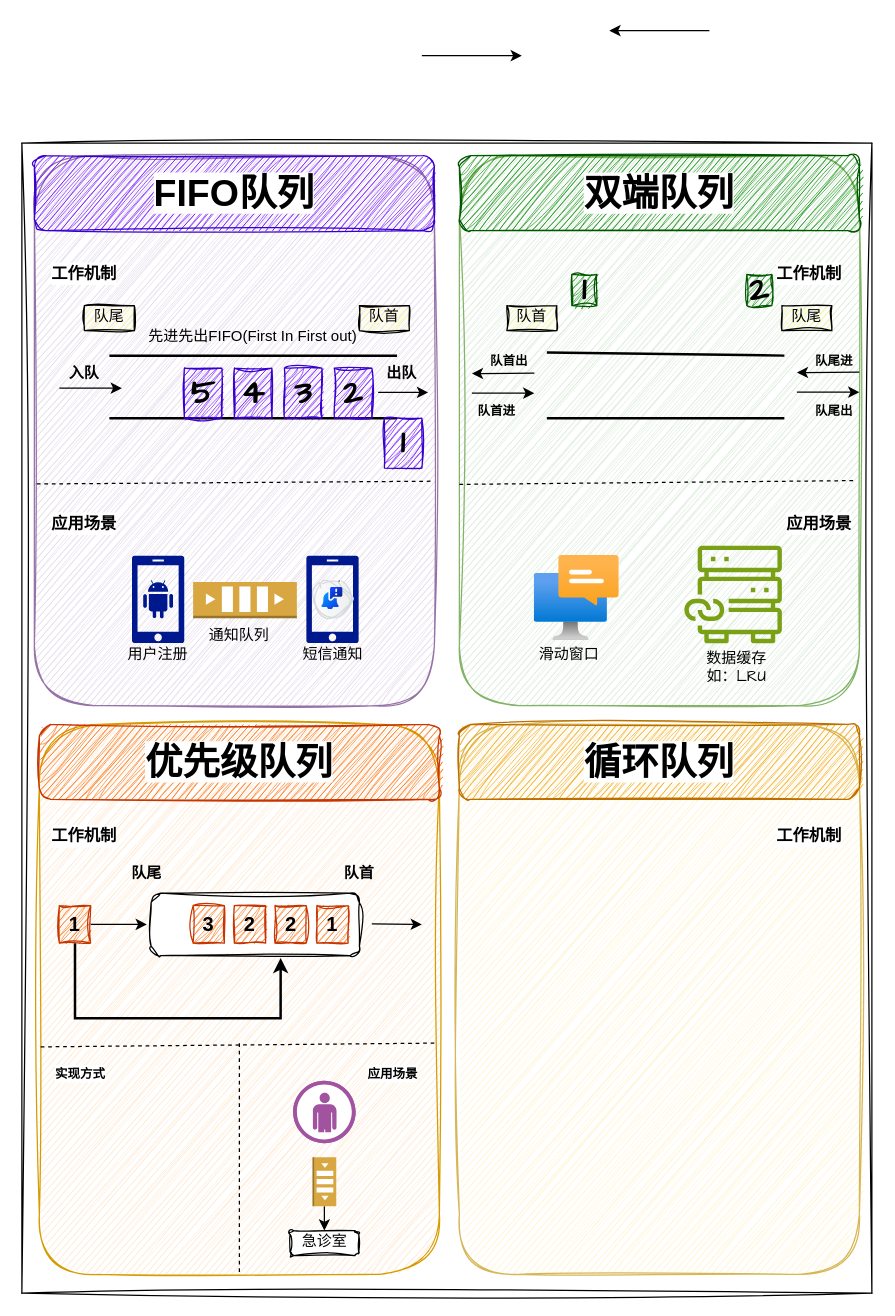
The draw.io diagram image-text/4种常用队列.drawio in Rodert/javapub_oss, before the edit. Source tidied: cells renumbered, new cells numbered last; positions are measured from the earlier drawing's top-left corner, leaving out a move shared by most shapes. Both pictures are drawn from the tidied source at 125%, with x=0, y=0 at pixel (21, 30). Pictures stored in the file or linked from it are replaced by grey dashed boxes.
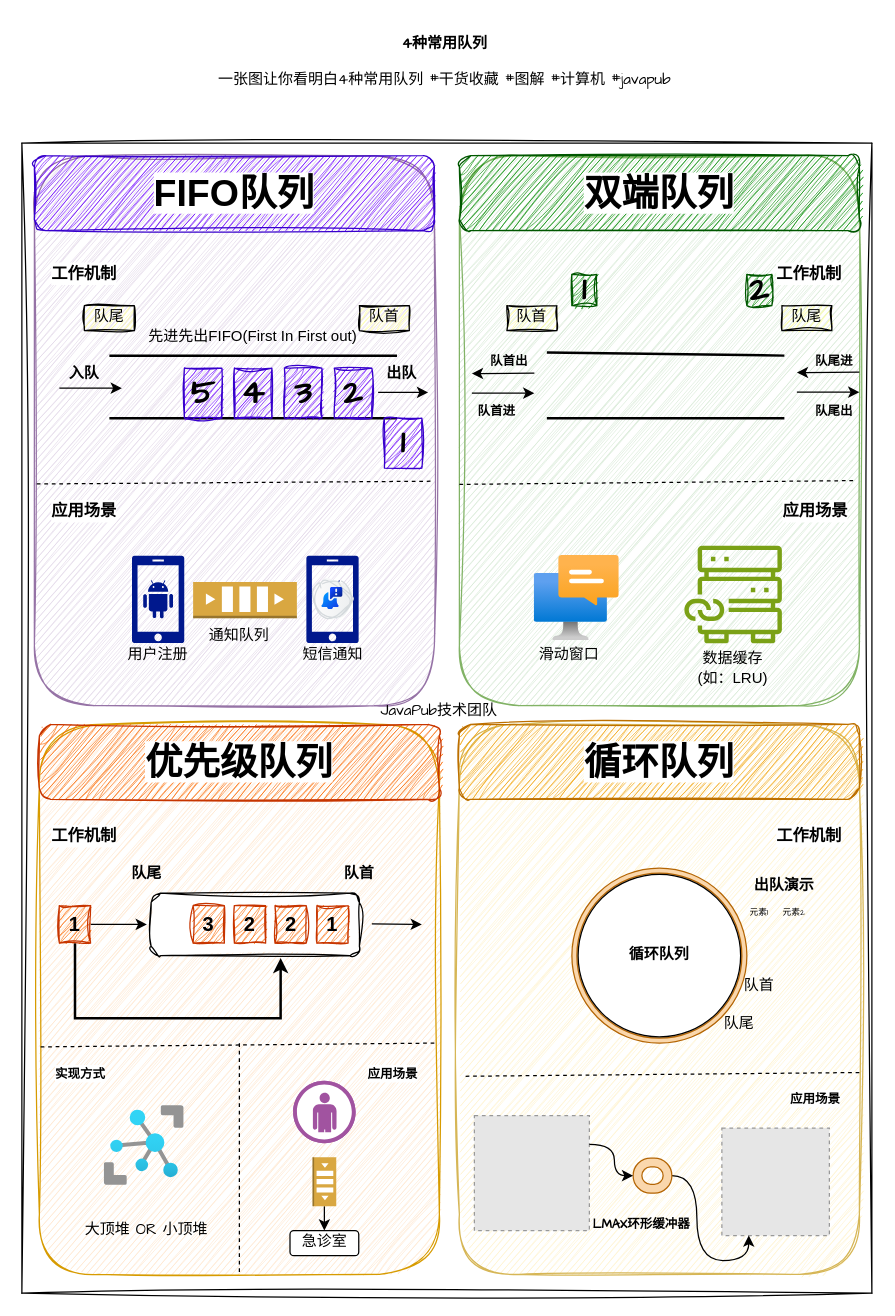
The same page after the edit.

Commit message:
更新4种常用队列.drawio

Change to the diagram source:
```diff
@@
-    <mxCell id="39" style="endArrow=classic;html=1;rounded=0;hachureGap=4;fontFamily=Architects Daughter;flowAnimation=1;" parent="1" edge="1">
-      <mxGeometry relative="1" as="geometry">
-        <mxPoint x="320" y="20" as="sourcePoint" />
-        <mxPoint x="400" y="20" as="targetPoint" />
-      </mxGeometry>
-    </mxCell>
@@
-    <mxCell id="41" style="endArrow=classic;html=1;rounded=0;hachureGap=4;fontFamily=Architects Daughter;flowAnimation=1;" parent="1" edge="1">
-      <mxGeometry relative="1" as="geometry">
-        <mxPoint x="550" as="sourcePoint" />
-        <mxPoint x="470" as="targetPoint" />
-      </mxGeometry>
-    </mxCell>
@@
     <mxCell id="50" value="&lt;b style=&quot;&quot;&gt;&lt;font style=&quot;font-size: 13px; background-color: rgb(255, 255, 255);&quot;&gt;应用场景&lt;/font&gt;&lt;/b&gt;" style="text;html=1;align=center;verticalAlign=middle;whiteSpace=wrap;rounded=0;fontFamily=Architects Daughter;" parent="1" vertex="1">
-      <mxGeometry x="20" y="380" width="60" height="30" as="geometry" />
+      <mxGeometry x="20" y="370" width="60" height="30" as="geometry" />
     </mxCell>
     <mxCell id="51" value="&lt;b style=&quot;&quot;&gt;&lt;font style=&quot;font-size: 13px; background-color: rgb(255, 255, 255);&quot;&gt;应用场景&lt;/font&gt;&lt;/b&gt;" style="text;html=1;align=center;verticalAlign=middle;whiteSpace=wrap;rounded=0;fontFamily=Architects Daughter;" parent="1" vertex="1">
-      <mxGeometry x="608" y="380" width="60" height="30" as="geometry" />
+      <mxGeometry x="604.8" y="370" width="60" height="30" as="geometry" />
     </mxCell>
@@
-    <mxCell id="62" value="数据缓存&lt;br&gt;如：LRU" style="text;html=1;align=center;verticalAlign=middle;whiteSpace=wrap;rounded=0;fontFamily=Architects Daughter;" parent="1" vertex="1">
-      <mxGeometry x="544" y="500" width="56" height="20" as="geometry" />
+    <mxCell id="62" value="&lt;font face=&quot;Helvetica&quot;&gt;数据缓存&lt;br&gt;(如：LRU)&lt;/font&gt;" style="text;html=1;align=center;verticalAlign=middle;whiteSpace=wrap;rounded=0;fontFamily=Architects Daughter;" parent="1" vertex="1">
+      <mxGeometry x="536" y="500" width="66" height="20" as="geometry" />
     </mxCell>
@@
-    <mxCell id="79" value="急诊室" style="rounded=1;whiteSpace=wrap;html=1;sketch=1;hachureGap=4;jiggle=2;curveFitting=1;fontFamily=Architects Daughter;" parent="1" vertex="1">
+    <mxCell id="79" value="急诊室" style="rounded=1;whiteSpace=wrap;html=1;hachureGap=4;fontFamily=Architects Daughter;" parent="1" vertex="1">
       <mxGeometry x="214.5" y="960" width="55" height="20" as="geometry" />
     </mxCell>
@@
+    <mxCell id="82" style="image;html=1;align=center;fontSize=12;image=img/lib/azure2/iot/IoT_Hub.svg;sketch=1;hachureGap=4;jiggle=2;curveFitting=1;fontFamily=Architects Daughter;" parent="1" vertex="1">
+      <mxGeometry x="66" y="860" width="64" height="64" as="geometry" />
+    </mxCell>
+    <mxCell id="83" value="大顶堆 OR 小顶堆" style="text;html=1;align=center;verticalAlign=middle;whiteSpace=wrap;rounded=0;fontFamily=Architects Daughter;" parent="1" vertex="1">
+      <mxGeometry x="45.2" y="940" width="109.5" height="40" as="geometry" />
+    </mxCell>
+    <mxCell id="84" style="ellipse;shape=doubleEllipse;whiteSpace=wrap;html=1;hachureGap=4;fontFamily=Architects Daughter;fillColor=#fad7ac;strokeColor=#b46504;shadow=0;" parent="1" vertex="1">
+      <mxGeometry x="440" y="670" width="140" height="140" as="geometry" />
+    </mxCell>
+    <mxCell id="85" value="队首" style="text;html=1;align=center;verticalAlign=middle;whiteSpace=wrap;rounded=0;fontFamily=Architects Daughter;" parent="1" vertex="1">
+      <mxGeometry x="560" y="750" width="60" height="30" as="geometry" />
+    </mxCell>
+    <mxCell id="86" value="队尾" style="text;html=1;align=center;verticalAlign=middle;whiteSpace=wrap;rounded=0;fontFamily=Architects Daughter;" parent="1" vertex="1">
+      <mxGeometry x="544" y="780" width="60" height="30" as="geometry" />
+    </mxCell>
+    <mxCell id="87" value="&lt;b&gt;出队演示&lt;/b&gt;" style="text;html=1;align=center;verticalAlign=middle;whiteSpace=wrap;rounded=0;fontFamily=Architects Daughter;" parent="1" vertex="1">
+      <mxGeometry x="580" y="670" width="60" height="30" as="geometry" />
+    </mxCell>
+    <mxCell id="88" value="&lt;b&gt;循环队列&lt;/b&gt;" style="ellipse;whiteSpace=wrap;html=1;hachureGap=4;fontFamily=Architects Daughter;" parent="1" vertex="1">
+      <mxGeometry x="445" y="675" width="130" height="130" as="geometry" />
+    </mxCell>
+    <mxCell id="89" value="&lt;font style=&quot;font-size: 7px;&quot;&gt;元素1&lt;/font&gt;" style="text;html=1;align=center;verticalAlign=middle;whiteSpace=wrap;rounded=0;fontFamily=Architects Daughter;" parent="1" vertex="1">
+      <mxGeometry x="560" y="690" width="60" height="30" as="geometry" />
+    </mxCell>
+    <mxCell id="90" value="&lt;font style=&quot;font-size: 7px;&quot;&gt;元素2&lt;/font&gt;" style="text;html=1;align=center;verticalAlign=middle;whiteSpace=wrap;rounded=0;fontFamily=Architects Daughter;" parent="1" vertex="1">
+      <mxGeometry x="588" y="690" width="60" height="30" as="geometry" />
+    </mxCell>
+    <mxCell id="91" style="endArrow=none;dashed=1;html=1;rounded=0;hachureGap=4;fontFamily=Architects Daughter;entryX=0.991;entryY=0.592;entryDx=0;entryDy=0;entryPerimeter=0;exitX=0.006;exitY=0.597;exitDx=0;exitDy=0;exitPerimeter=0;flowAnimation=0;" parent="1" edge="1">
+      <mxGeometry relative="1" as="geometry">
+        <mxPoint x="355" y="836.5" as="sourcePoint" />
+        <mxPoint x="670" y="833.5" as="targetPoint" />
+      </mxGeometry>
+    </mxCell>
+    <mxCell id="92" value="&lt;b style=&quot;&quot;&gt;&lt;font style=&quot;background-color: rgb(255, 255, 255); font-size: 10px;&quot;&gt;应用场景&lt;/font&gt;&lt;/b&gt;" style="text;html=1;align=center;verticalAlign=middle;whiteSpace=wrap;rounded=0;fontFamily=Architects Daughter;" parent="1" vertex="1">
+      <mxGeometry x="608" y="840" width="53.5" height="30" as="geometry" />
+    </mxCell>
+    <mxCell id="93" style="fillColor=#E6E6E6;strokeColor=#999999;dashed=1;html=1;verticalAlign=top;verticalLabelPosition=bottom;labelBackgroundColor=#ffffff;fontFamily=Architects Daughter;" parent="1" vertex="1">
+      <mxGeometry x="362" y="868" width="92" height="92" as="geometry" />
+    </mxCell>
+    <mxCell id="94" style="fillColor=#E6E6E6;strokeColor=#999999;dashed=1;html=1;verticalAlign=top;verticalLabelPosition=bottom;labelBackgroundColor=#ffffff;fontFamily=Architects Daughter;" parent="1" vertex="1">
+      <mxGeometry x="560" y="877.9" width="86" height="86" as="geometry" />
+    </mxCell>
+    <mxCell id="95" style="rounded=0;hachureGap=4;jettySize=auto;html=1;exitX=1;exitY=0.5;exitDx=0;exitDy=0;exitPerimeter=0;entryX=0.25;entryY=1;entryDx=0;entryDy=0;fontFamily=Architects Daughter;flowAnimation=1;edgeStyle=orthogonalEdgeStyle;curved=1;" parent="1" edge="1" source="96" target="94">
+      <mxGeometry relative="1" as="geometry" />
+    </mxCell>
+    <mxCell id="96" style="verticalLabelPosition=bottom;verticalAlign=top;html=1;shape=mxgraph.basic.rounded_frame;dx=10;whiteSpace=wrap;hachureGap=4;fontFamily=Architects Daughter;fillColor=#fad7ac;strokeColor=#b46504;" parent="1" vertex="1">
+      <mxGeometry x="489" y="902" width="31" height="28" as="geometry" />
+    </mxCell>
+    <mxCell id="97" style="rounded=0;hachureGap=4;jettySize=auto;html=1;exitX=1;exitY=0.25;exitDx=0;exitDy=0;entryX=0;entryY=0.5;entryDx=0;entryDy=0;entryPerimeter=0;fontFamily=Architects Daughter;flowAnimation=1;edgeStyle=orthogonalEdgeStyle;curved=1;" parent="1" edge="1" source="93" target="96">
+      <mxGeometry relative="1" as="geometry" />
+    </mxCell>
+    <mxCell id="98" value="&lt;font size=&quot;1&quot; style=&quot;&quot;&gt;&lt;b style=&quot;font-size: 10px;&quot;&gt;LMAX环形缓冲器&lt;/b&gt;&lt;/font&gt;" style="text;html=1;align=center;verticalAlign=middle;whiteSpace=wrap;rounded=0;fontFamily=Architects Daughter;" parent="1" vertex="1">
+      <mxGeometry x="454" y="940" width="84" height="30" as="geometry" />
+    </mxCell>
+    <mxCell id="99" value="&lt;b&gt;4种常用队列&lt;/b&gt;&lt;br&gt;&lt;br&gt;一张图让你看明白4种常用队列 #干货收藏 #图解 #计算机 #javapub" style="text;html=1;align=center;verticalAlign=middle;whiteSpace=wrap;rounded=0;fontFamily=Architects Daughter;" parent="1" vertex="1">
+      <mxGeometry x="77" y="10" width="523" height="30" as="geometry" />
+    </mxCell>
+    <mxCell id="100" value="JavaPub技术团队" style="text;html=1;align=center;verticalAlign=middle;whiteSpace=wrap;rounded=0;fontFamily=Architects Daughter;" parent="1" vertex="1">
+      <mxGeometry x="184" y="530" width="300" height="30" as="geometry" />
+    </mxCell>
```
